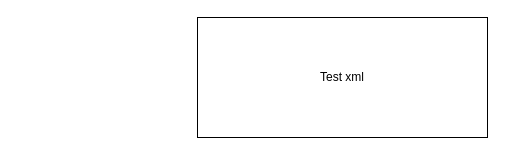
Before: test.drawio in oprokipchuk/backend-sandbox, a draw.io diagram. Source tidied: cells renumbered, new cells numbered last; positions are measured from the earlier drawing's top-left corner, leaving out a move shared by most shapes. Both pictures are drawn from the tidied source at 100%, with x=0, y=0 at pixel (197, 17).
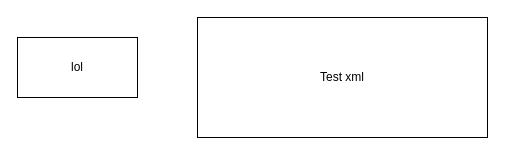
The same page after the edit.

What changed in the source:
```diff
@@
 <mxGraphModel>
   <root>
     <mxCell id="0" />
     <mxCell id="1" parent="0" />
     <mxCell id="2" value="Test xml" style="rounded=0;whiteSpace=wrap;html=1;" parent="1" vertex="1">
       <mxGeometry width="290" height="120" as="geometry" />
     </mxCell>
+    <mxCell id="3" value="lol" style="rounded=0;whiteSpace=wrap;html=1;" parent="1" vertex="1">
+      <mxGeometry x="-180" y="20" width="120" height="60" as="geometry" />
+    </mxCell>
   </root>
 </mxGraphModel>
```
